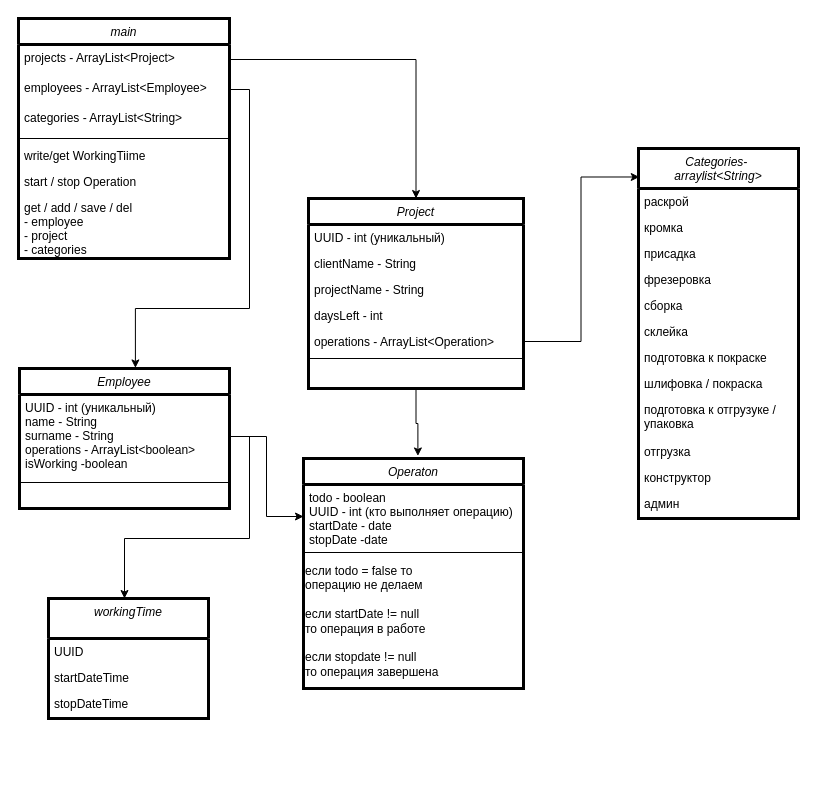
This is Диаграмма TRAE.drawio from darken321/diagrams, a draw.io file, before an edit. Source tidied: cells renumbered, new cells numbered last; positions are measured from the earlier drawing's top-left corner, leaving out a move shared by most shapes. Both pictures are drawn from the tidied source at 100%, with x=0, y=0 at pixel (18, 18).
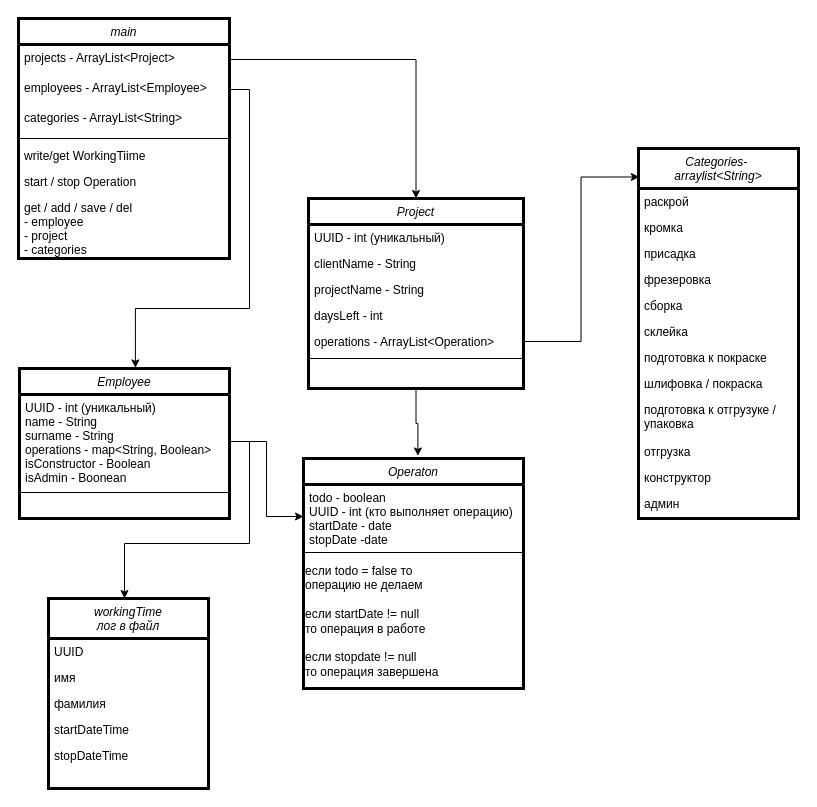
After the change.

The edit, as a diff of the source:
```diff
@@
     <mxCell id="23" value="Employee" style="swimlane;fontStyle=2;align=center;verticalAlign=top;horizontal=1;startSize=26;rounded=0;shadow=0;strokeWidth=3;" parent="1" vertex="1">
-      <mxGeometry x="1" y="350" width="210" height="140" as="geometry" />
+      <mxGeometry x="1" y="350" width="210" height="150" as="geometry" />
     </mxCell>
-    <mxCell id="24" value="UUID - int (уникальный)&#10;name - String&#10;surname - String&#10;operations - ArrayList&lt;boolean&gt;&#10;isWorking -boolean" style="text;align=left;verticalAlign=top;spacingLeft=4;spacingRight=4;overflow=hidden;points=[[0,0.5],[1,0.5]];portConstraint=eastwest;" parent="23" vertex="1">
-      <mxGeometry y="26" width="210" height="84" as="geometry" />
+    <mxCell id="24" value="UUID - int (уникальный)&#10;name - String&#10;surname - String&#10;operations - map&lt;String, Boolean&gt;&#10;isConstructor - Boolean&#10;isAdmin - Boonean" style="text;align=left;verticalAlign=top;spacingLeft=4;spacingRight=4;overflow=hidden;points=[[0,0.5],[1,0.5]];portConstraint=eastwest;" parent="23" vertex="1">
+      <mxGeometry y="26" width="210" height="94" as="geometry" />
     </mxCell>
     <mxCell id="25" style="line;html=1;strokeWidth=1;align=left;verticalAlign=middle;spacingTop=-1;spacingLeft=3;spacingRight=3;labelPosition=right;" parent="23" vertex="1">
-      <mxGeometry y="110" width="210" height="8" as="geometry" />
+      <mxGeometry y="120" width="210" height="8" as="geometry" />
     </mxCell>
@@
-    <mxCell id="41" value="workingTime" style="swimlane;fontStyle=2;align=center;verticalAlign=top;horizontal=1;startSize=40;rounded=0;shadow=0;strokeWidth=3;" parent="1" vertex="1">
-      <mxGeometry x="30" y="580" width="160" height="120" as="geometry" />
+    <mxCell id="41" value="workingTime&#10;лог в файл" style="swimlane;fontStyle=2;align=center;verticalAlign=top;horizontal=1;startSize=40;rounded=0;shadow=0;strokeWidth=3;" parent="1" vertex="1">
+      <mxGeometry x="30" y="580" width="160" height="190" as="geometry" />
     </mxCell>
@@
+    <mxCell id="47" value="имя" style="text;align=left;verticalAlign=top;spacingLeft=4;spacingRight=4;overflow=hidden;" parent="41" vertex="1">
+      <mxGeometry y="66" width="160" height="26" as="geometry" />
+    </mxCell>
-    <mxCell id="43" value="startDateTime" style="text;align=left;verticalAlign=top;spacingLeft=4;spacingRight=4;overflow=hidden;" parent="41" vertex="1">
-      <mxGeometry y="66" width="160" height="26" as="geometry" />
+    <mxCell id="43" value="фамилия&#10;" style="text;align=left;verticalAlign=top;spacingLeft=4;spacingRight=4;overflow=hidden;" parent="41" vertex="1">
+      <mxGeometry y="92" width="160" height="26" as="geometry" />
     </mxCell>
+    <mxCell id="48" value="startDateTime" style="text;align=left;verticalAlign=top;spacingLeft=4;spacingRight=4;overflow=hidden;" parent="41" vertex="1">
+      <mxGeometry y="118" width="160" height="26" as="geometry" />
+    </mxCell>
     <mxCell id="44" value="stopDateTime" style="text;align=left;verticalAlign=top;spacingLeft=4;spacingRight=4;overflow=hidden;" parent="41" vertex="1">
-      <mxGeometry y="92" width="160" height="26" as="geometry" />
+      <mxGeometry y="144" width="160" height="26" as="geometry" />
     </mxCell>
```
